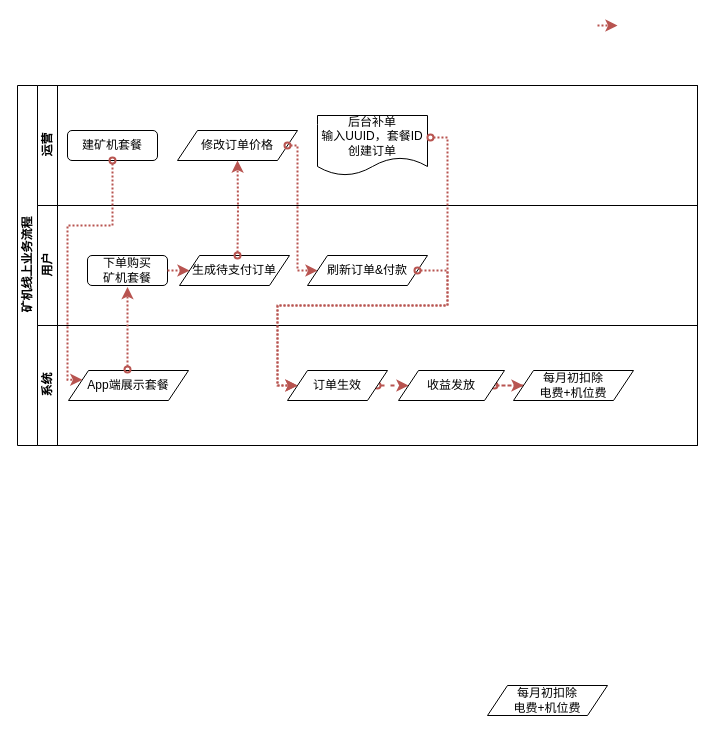
Earlier version of the draw.io diagram _config.yml/未命名绘图.drawio (neobud/jekyll_demo). Source tidied: cells renumbered, new cells numbered last; positions are measured from the earlier drawing's top-left corner, leaving out a move shared by most shapes. Both pictures are drawn from the tidied source at 100%, with x=0, y=0 at pixel (17, 25).
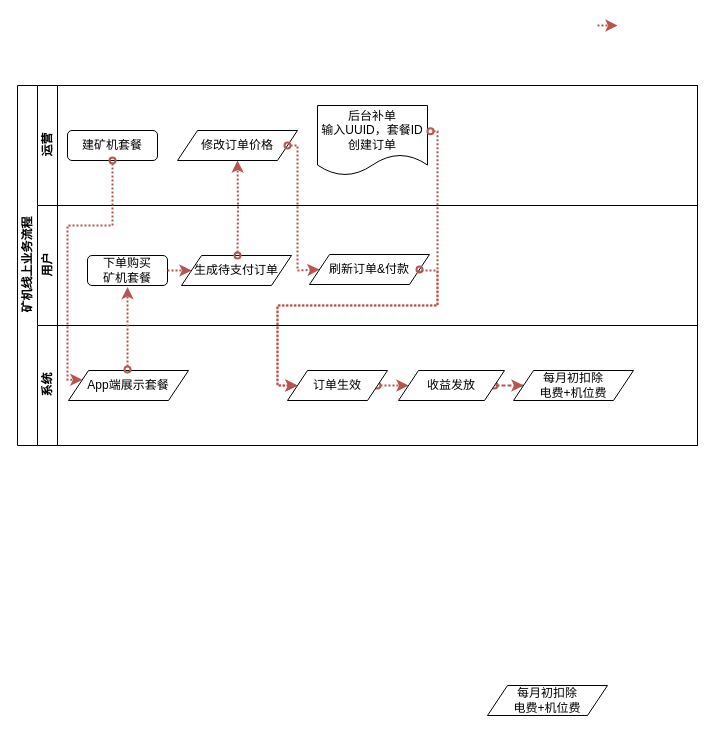
Above is the later version.

Unchanged cells that the change refers to:
```xml
<mxCell id="2" value="矿机线上业务流程" style="swimlane;html=1;horizontal=0;startSize=20;" parent="1" vertex="1">
  <mxGeometry y="60" width="680" height="360" as="geometry" />
</mxCell>
<mxCell id="3" value="运营" style="swimlane;html=1;startSize=20;horizontal=0;" parent="2" vertex="1">
  <mxGeometry x="20" width="660" height="120" as="geometry" />
</mxCell>
<mxCell id="8" value="用户" style="swimlane;html=1;startSize=20;horizontal=0;" parent="2" vertex="1">
  <mxGeometry x="20" y="120" width="660" height="120" as="geometry" />
</mxCell>
<mxCell id="13" value="系统" style="swimlane;html=1;startSize=20;horizontal=0;" parent="2" vertex="1">
  <mxGeometry x="20" y="240" width="660" height="120" as="geometry" />
</mxCell>
<mxCell id="15" value="订单生效" style="shape=parallelogram;perimeter=parallelogramPerimeter;whiteSpace=wrap;html=1;fixedSize=1;" parent="13" vertex="1">
  <mxGeometry x="250" y="45" width="100" height="30" as="geometry" />
</mxCell>
<mxCell id="17" value="收益发放" style="shape=parallelogram;perimeter=parallelogramPerimeter;whiteSpace=wrap;html=1;fixedSize=1;" parent="13" vertex="1">
  <mxGeometry x="361" y="45" width="106" height="30" as="geometry" />
</mxCell>
```

The edit, as a diff of the source:
```diff
@@
     <mxCell id="6" value="后台补单&lt;br&gt;输入UUID，套餐ID 创建订单" style="shape=document;whiteSpace=wrap;html=1;boundedLbl=1;" parent="3" vertex="1">
-      <mxGeometry x="280" y="30" width="110" height="60" as="geometry" />
+      <mxGeometry x="280" y="20" width="110" height="70" as="geometry" />
     </mxCell>
@@
     <mxCell id="10" value="生成待支付订单" style="shape=parallelogram;perimeter=parallelogramPerimeter;whiteSpace=wrap;html=1;fixedSize=1;" parent="8" vertex="1">
-      <mxGeometry x="142" y="50" width="110" height="30" as="geometry" />
+      <mxGeometry x="144" y="50" width="110" height="30" as="geometry" />
     </mxCell>
     <mxCell id="11" value="刷新订单&amp;amp;付款" style="shape=parallelogram;perimeter=parallelogramPerimeter;whiteSpace=wrap;html=1;fixedSize=1;" parent="8" vertex="1">
-      <mxGeometry x="270" y="50" width="120" height="30" as="geometry" />
+      <mxGeometry x="272" y="49" width="120" height="30" as="geometry" />
     </mxCell>
@@
-    <mxCell id="14" style="edgeStyle=orthogonalEdgeStyle;rounded=0;jettySize=auto;html=1;dashed=1;dashPattern=1 4;strokeWidth=2;fillColor=#f8cecc;strokeColor=#b85450;startArrow=oval;startFill=0;" parent="13" edge="1" source="15" target="17">
-      <mxGeometry relative="1" as="geometry" />
+    <mxCell id="14" style="edgeStyle=orthogonalEdgeStyle;rounded=0;jettySize=auto;html=1;dashed=1;dashPattern=1 1;strokeWidth=2;fillColor=#f8cecc;strokeColor=#b85450;startArrow=oval;startFill=0;" parent="13" edge="1" source="15" target="17">
+      <mxGeometry relative="1" as="geometry">
+        <Array as="points">
+          <mxPoint x="350" y="60" />
+          <mxPoint x="350" y="60" />
+        </Array>
+      </mxGeometry>
     </mxCell>
@@
     <mxCell id="22" style="edgeStyle=orthogonalEdgeStyle;rounded=0;jettySize=auto;html=1;strokeWidth=2;fillColor=#f8cecc;strokeColor=#b85450;dashed=1;dashPattern=1 1;exitX=1.027;exitY=0.367;exitDx=0;exitDy=0;exitPerimeter=0;startArrow=oval;startFill=0;" parent="2" edge="1" source="6" target="15">
       <mxGeometry relative="1" as="geometry">
         <Array as="points">
-          <mxPoint x="430" y="52" />
-          <mxPoint x="430" y="220" />
+          <mxPoint x="420" y="46" />
+          <mxPoint x="420" y="220" />
           <mxPoint x="260" y="220" />
           <mxPoint x="260" y="300" />
         </Array>
       </mxGeometry>
     </mxCell>
@@
-    <mxCell id="25" style="edgeStyle=orthogonalEdgeStyle;rounded=0;orthogonalLoop=1;jettySize=auto;html=1;strokeWidth=2;fillColor=#f8cecc;strokeColor=#b85450;dashed=1;dashPattern=1 1;startArrow=oval;startFill=0;" parent="1" edge="1">
+    <mxCell id="25" style="edgeStyle=orthogonalEdgeStyle;rounded=0;jettySize=auto;html=1;strokeWidth=2;fillColor=#f8cecc;strokeColor=#b85450;dashed=1;dashPattern=1 1;startArrow=oval;startFill=0;exitX=1;exitY=0.5;exitDx=0;exitDy=0;" parent="1" edge="1" source="11">
       <mxGeometry relative="1" as="geometry">
-        <mxPoint x="400" y="245" as="sourcePoint" />
         <mxPoint x="280" y="360" as="targetPoint" />
         <Array as="points">
-          <mxPoint x="430" y="245" />
-          <mxPoint x="430" y="280" />
+          <mxPoint x="420" y="245" />
+          <mxPoint x="420" y="280" />
           <mxPoint x="260" y="280" />
           <mxPoint x="260" y="360" />
         </Array>
       </mxGeometry>
     </mxCell>
```
